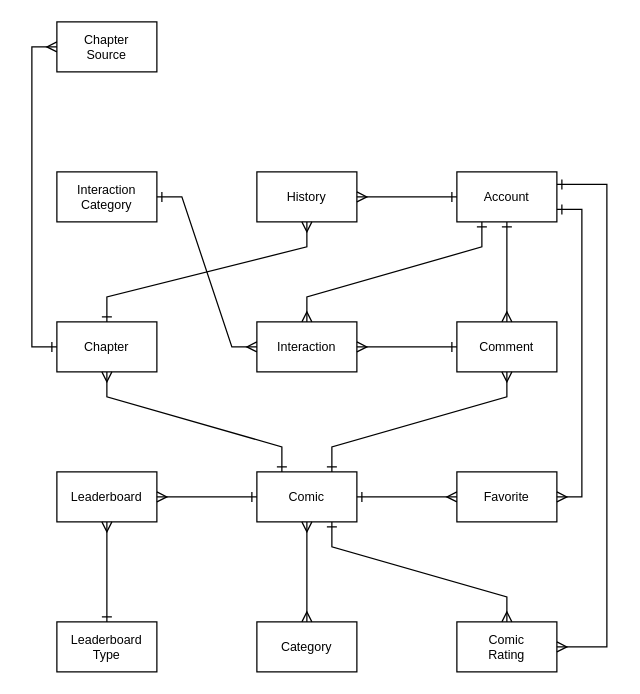
Before: page "Concept" (1 of 2) of OnComics.Scripts/OnComics-ERD-Diagram.drawio in hiepquoc0607/OnComics, a draw.io diagram. Source tidied: cells renumbered, new cells numbered last; positions are measured from the earlier drawing's top-left corner, leaving out a move shared by most shapes. Both pictures are drawn from the tidied source at 125%, with x=0, y=0 at pixel (31, 21).
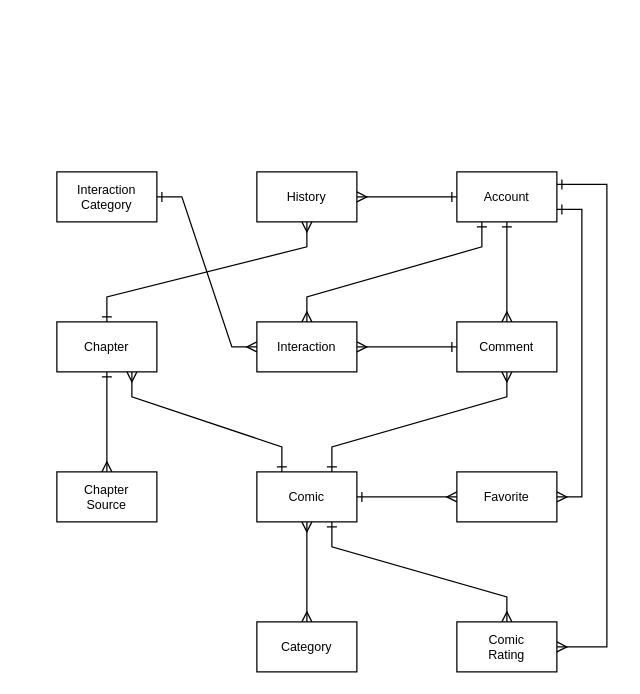
Above is the later version.

Unchanged cells that the change refers to:
```xml
<mxCell id="3" value="Comic" style="rounded=0;whiteSpace=wrap;html=1;fontSize=10;" parent="1" vertex="1">
  <mxGeometry x="180" y="360" width="80" height="40" as="geometry" />
</mxCell>
<mxCell id="12" value="Chapter" style="rounded=0;whiteSpace=wrap;html=1;fontSize=10;" parent="1" vertex="1">
  <mxGeometry x="20" y="240" width="80" height="40" as="geometry" />
</mxCell>
```

Change to the diagram source:
```diff
@@
-    <mxCell id="5" value="Leaderboard&lt;br&gt;&lt;div&gt;Type&lt;/div&gt;" style="rounded=0;whiteSpace=wrap;html=1;fontSize=10;" parent="1" vertex="1">
-      <mxGeometry x="20" y="480" width="80" height="40" as="geometry" />
-    </mxCell>
@@
-    <mxCell id="10" value="Leaderboard" style="rounded=0;whiteSpace=wrap;html=1;fontSize=10;" parent="1" vertex="1">
-      <mxGeometry x="20" y="360" width="80" height="40" as="geometry" />
-    </mxCell>
@@
-    <mxCell id="18" style="endArrow=ERmany;html=1;rounded=0;startArrow=ERone;startFill=0;endFill=0;entryX=1;entryY=0.5;entryDx=0;entryDy=0;exitX=0;exitY=0.5;exitDx=0;exitDy=0;" parent="1" edge="1" source="3" target="10">
-      <mxGeometry relative="1" as="geometry" />
-    </mxCell>
-    <mxCell id="19" style="endArrow=ERmany;html=1;rounded=0;startArrow=ERone;startFill=0;endFill=0;entryX=0.5;entryY=1;entryDx=0;entryDy=0;exitX=0.5;exitY=0;exitDx=0;exitDy=0;" parent="1" edge="1" source="5" target="10">
-      <mxGeometry relative="1" as="geometry" />
-    </mxCell>
@@
-    <mxCell id="24" style="endArrow=ERmany;html=1;rounded=0;startArrow=ERone;startFill=0;endFill=0;entryX=0.5;entryY=1;entryDx=0;entryDy=0;exitX=0.25;exitY=0;exitDx=0;exitDy=0;" parent="1" edge="1" source="3" target="12">
+    <mxCell id="24" style="endArrow=ERmany;html=1;rounded=0;startArrow=ERone;startFill=0;endFill=0;entryX=0.75;entryY=1;entryDx=0;entryDy=0;exitX=0.25;exitY=0;exitDx=0;exitDy=0;" parent="1" edge="1" source="3" target="12">
       <mxGeometry relative="1" as="geometry">
         <Array as="points">
           <mxPoint x="200" y="340" />
-          <mxPoint x="60" y="300" />
+          <mxPoint x="80" y="300" />
         </Array>
       </mxGeometry>
     </mxCell>
@@
     <mxCell id="29" value="Chapter&lt;div&gt;Source&lt;/div&gt;" style="rounded=0;whiteSpace=wrap;html=1;fontSize=10;" parent="1" vertex="1">
-      <mxGeometry x="20" width="80" height="40" as="geometry" />
+      <mxGeometry x="20" y="360" width="80" height="40" as="geometry" />
     </mxCell>
-    <mxCell id="30" style="endArrow=ERmany;html=1;rounded=0;startArrow=ERone;startFill=0;endFill=0;exitX=0;exitY=0.5;exitDx=0;exitDy=0;entryX=0;entryY=0.5;entryDx=0;entryDy=0;edgeStyle=orthogonalEdgeStyle;" parent="1" edge="1" source="12" target="29">
-      <mxGeometry relative="1" as="geometry">
-        <Array as="points">
-          <mxPoint y="260" />
-          <mxPoint y="20" />
-        </Array>
-      </mxGeometry>
+    <mxCell id="30" style="endArrow=ERmany;html=1;rounded=0;startArrow=ERone;startFill=0;endFill=0;exitX=0.5;exitY=1;exitDx=0;exitDy=0;entryX=0.5;entryY=0;entryDx=0;entryDy=0;" parent="1" edge="1" source="12" target="29">
+      <mxGeometry relative="1" as="geometry" />
     </mxCell>
```
